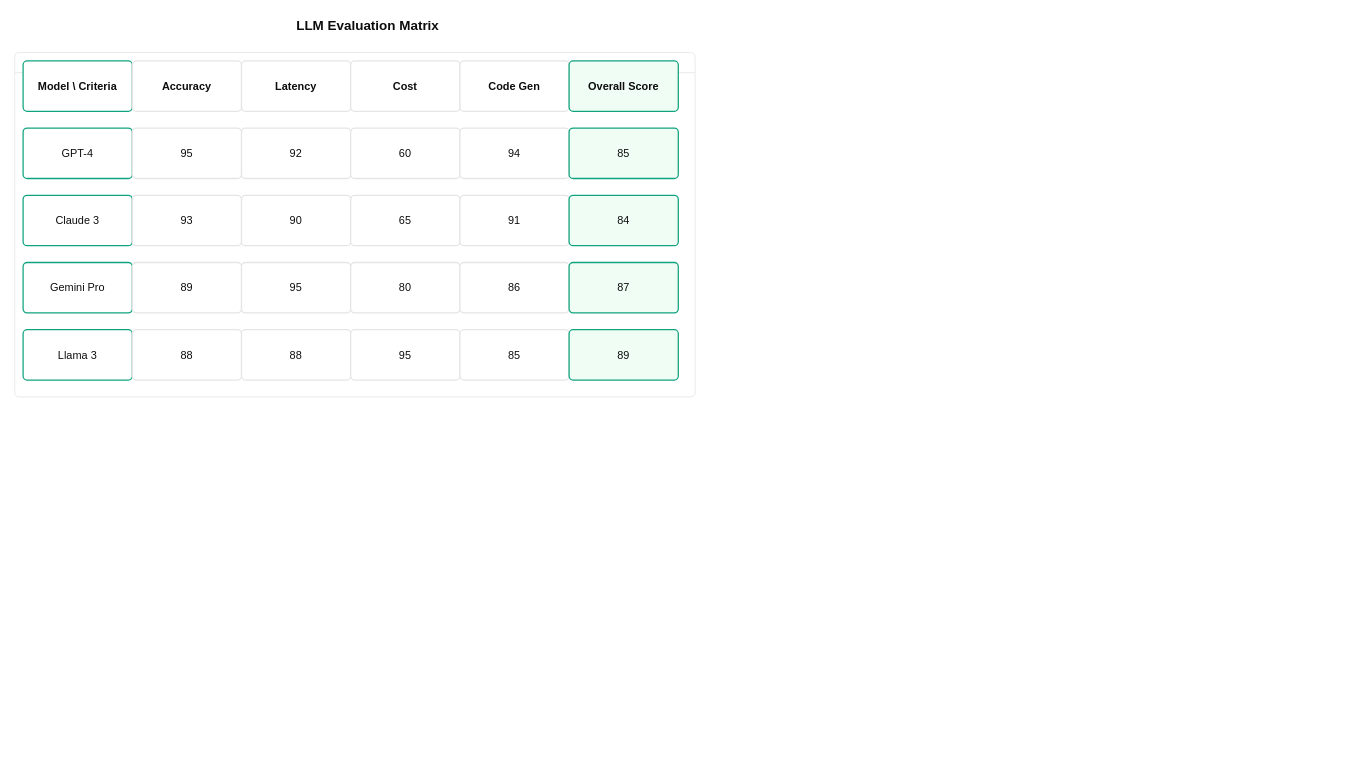
This is examples/openai-llm-matrix.drawio from Ikaros12643/drawio-enhanced, a draw.io file, before an edit. Source tidied: cells renumbered, new cells numbered last; positions are measured from the earlier drawing's top-left corner, leaving out a move shared by most shapes. Both pictures are drawn from the tidied source at 84%, with x=0, y=0 at pixel (14, 14).
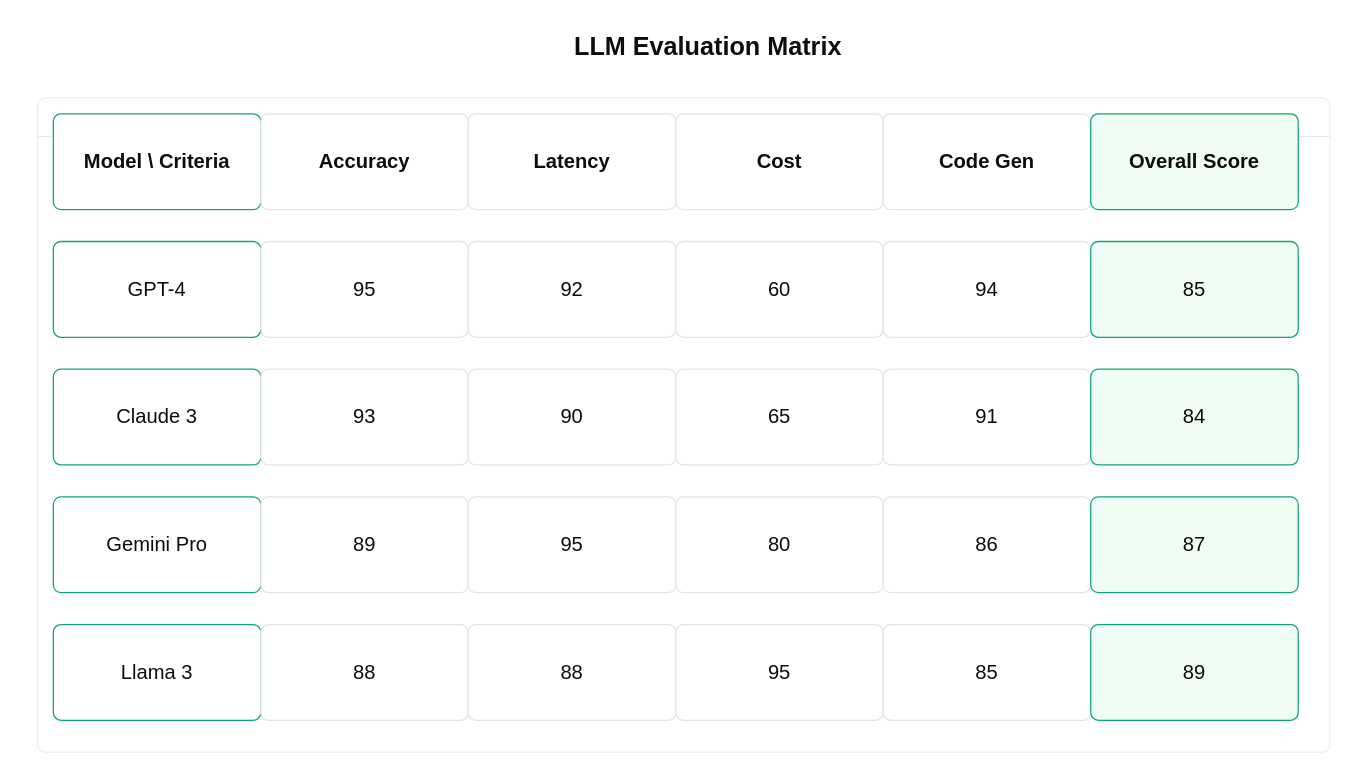
The same diagram, later.

Diff of the diagram source:
```diff
@@
-    <mxCell id="2" value="&lt;b&gt;LLM Evaluation Matrix&lt;/b&gt;" style="text;html=1;strokeColor=none;fillColor=none;align=center;verticalAlign=middle;fontSize=16;fontColor=#0d0d0d;fontStyle=1;" parent="1" vertex="1">
-      <mxGeometry x="270" width="300" height="25" as="geometry" />
+    <mxCell id="2" value="&lt;b&gt;LLM Evaluation Matrix&lt;/b&gt;" style="text;html=1;strokeColor=none;fillColor=none;align=center;verticalAlign=middle;fontSize=30;fontColor=#0d0d0d;fontStyle=1;" parent="1" vertex="1">
+      <mxGeometry x="540" y="13.5" width="570" height="47.5" as="geometry" />
     </mxCell>
-    <mxCell id="3" style="swimlane;startSize=24;rounded=1;arcSize=8;strokeWidth=1;strokeDashPattern=4 3;html=1;fillColor=#ffffff;strokeColor=#e5e5e5;" parent="1" vertex="1">
-      <mxGeometry y="45" width="810" height="410" as="geometry" />
+    <mxCell id="3" style="fontSize=30;swimlane;startSize=46;rounded=1;arcSize=8;strokeWidth=1;strokeDashPattern=4 3;html=1;fillColor=#ffffff;strokeColor=#e5e5e5;" parent="1" vertex="1">
+      <mxGeometry x="27" y="99" width="1539" height="779" as="geometry" />
     </mxCell>
-    <mxCell id="4" value="&lt;b&gt;Model \ Criteria&lt;/b&gt;" style="rounded=1;whiteSpace=wrap;html=1;arcSize=8;strokeWidth=1.5;fontSize=13;fontColor=#0d0d0d;fillColor=#ffffff;strokeColor=#10a37f;" parent="1" vertex="1">
-      <mxGeometry x="10" y="55" width="130" height="60" as="geometry" />
+    <mxCell id="4" value="&lt;b&gt;Model \ Criteria&lt;/b&gt;" style="rounded=1;whiteSpace=wrap;html=1;arcSize=8;strokeWidth=1.5;fontSize=24;fontColor=#0d0d0d;fillColor=#ffffff;strokeColor=#10a37f;" parent="1" vertex="1">
+      <mxGeometry x="46" y="118" width="247" height="114" as="geometry" />
     </mxCell>
-    <mxCell id="5" value="&lt;b&gt;Accuracy&lt;/b&gt;" style="rounded=1;whiteSpace=wrap;html=1;arcSize=8;strokeWidth=1.5;fontSize=13;fontColor=#0d0d0d;fillColor=#ffffff;strokeColor=#e5e5e5;" parent="1" vertex="1">
-      <mxGeometry x="140" y="55" width="130" height="60" as="geometry" />
+    <mxCell id="5" value="&lt;b&gt;Accuracy&lt;/b&gt;" style="rounded=1;whiteSpace=wrap;html=1;arcSize=8;strokeWidth=1.5;fontSize=24;fontColor=#0d0d0d;fillColor=#ffffff;strokeColor=#e5e5e5;" parent="1" vertex="1">
+      <mxGeometry x="293" y="118" width="247" height="114" as="geometry" />
     </mxCell>
-    <mxCell id="6" value="&lt;b&gt;Latency&lt;/b&gt;" style="rounded=1;whiteSpace=wrap;html=1;arcSize=8;strokeWidth=1.5;fontSize=13;fontColor=#0d0d0d;fillColor=#ffffff;strokeColor=#e5e5e5;" parent="1" vertex="1">
-      <mxGeometry x="270" y="55" width="130" height="60" as="geometry" />
+    <mxCell id="6" value="&lt;b&gt;Latency&lt;/b&gt;" style="rounded=1;whiteSpace=wrap;html=1;arcSize=8;strokeWidth=1.5;fontSize=24;fontColor=#0d0d0d;fillColor=#ffffff;strokeColor=#e5e5e5;" parent="1" vertex="1">
+      <mxGeometry x="540" y="118" width="247" height="114" as="geometry" />
     </mxCell>
-    <mxCell id="7" value="&lt;b&gt;Cost&lt;/b&gt;" style="rounded=1;whiteSpace=wrap;html=1;arcSize=8;strokeWidth=1.5;fontSize=13;fontColor=#0d0d0d;fillColor=#ffffff;strokeColor=#e5e5e5;" parent="1" vertex="1">
-      <mxGeometry x="400" y="55" width="130" height="60" as="geometry" />
+    <mxCell id="7" value="&lt;b&gt;Cost&lt;/b&gt;" style="rounded=1;whiteSpace=wrap;html=1;arcSize=8;strokeWidth=1.5;fontSize=24;fontColor=#0d0d0d;fillColor=#ffffff;strokeColor=#e5e5e5;" parent="1" vertex="1">
+      <mxGeometry x="787" y="118" width="247" height="114" as="geometry" />
     </mxCell>
-    <mxCell id="8" value="&lt;b&gt;Code Gen&lt;/b&gt;" style="rounded=1;whiteSpace=wrap;html=1;arcSize=8;strokeWidth=1.5;fontSize=13;fontColor=#0d0d0d;fillColor=#ffffff;strokeColor=#e5e5e5;" parent="1" vertex="1">
-      <mxGeometry x="530" y="55" width="130" height="60" as="geometry" />
+    <mxCell id="8" value="&lt;b&gt;Code Gen&lt;/b&gt;" style="rounded=1;whiteSpace=wrap;html=1;arcSize=8;strokeWidth=1.5;fontSize=24;fontColor=#0d0d0d;fillColor=#ffffff;strokeColor=#e5e5e5;" parent="1" vertex="1">
+      <mxGeometry x="1034" y="118" width="247" height="114" as="geometry" />
     </mxCell>
-    <mxCell id="9" value="&lt;b&gt;Overall Score&lt;/b&gt;" style="rounded=1;whiteSpace=wrap;html=1;arcSize=8;strokeWidth=1.5;fontSize=13;fontColor=#0d0d0d;fillColor=#f0fdf4;strokeColor=#10a37f;" parent="1" vertex="1">
-      <mxGeometry x="660" y="55" width="130" height="60" as="geometry" />
+    <mxCell id="9" value="&lt;b&gt;Overall Score&lt;/b&gt;" style="rounded=1;whiteSpace=wrap;html=1;arcSize=8;strokeWidth=1.5;fontSize=24;fontColor=#0d0d0d;fillColor=#f0fdf4;strokeColor=#10a37f;" parent="1" vertex="1">
+      <mxGeometry x="1281" y="118" width="247" height="114" as="geometry" />
     </mxCell>
-    <mxCell id="10" value="GPT-4" style="rounded=1;whiteSpace=wrap;html=1;arcSize=8;strokeWidth=1.5;fontSize=13;fontColor=#0d0d0d;fillColor=#ffffff;strokeColor=#10a37f;" parent="1" vertex="1">
-      <mxGeometry x="10" y="135" width="130" height="60" as="geometry" />
+    <mxCell id="10" value="GPT-4" style="rounded=1;whiteSpace=wrap;html=1;arcSize=8;strokeWidth=1.5;fontSize=24;fontColor=#0d0d0d;fillColor=#ffffff;strokeColor=#10a37f;" parent="1" vertex="1">
+      <mxGeometry x="46" y="270" width="247" height="114" as="geometry" />
     </mxCell>
-    <mxCell id="11" value="95" style="rounded=1;whiteSpace=wrap;html=1;arcSize=8;strokeWidth=1.5;fontSize=13;fontColor=#0d0d0d;fillColor=#ffffff;strokeColor=#e5e5e5;" parent="1" vertex="1">
-      <mxGeometry x="140" y="135" width="130" height="60" as="geometry" />
+    <mxCell id="11" value="95" style="rounded=1;whiteSpace=wrap;html=1;arcSize=8;strokeWidth=1.5;fontSize=24;fontColor=#0d0d0d;fillColor=#ffffff;strokeColor=#e5e5e5;" parent="1" vertex="1">
+      <mxGeometry x="293" y="270" width="247" height="114" as="geometry" />
     </mxCell>
-    <mxCell id="12" value="92" style="rounded=1;whiteSpace=wrap;html=1;arcSize=8;strokeWidth=1.5;fontSize=13;fontColor=#0d0d0d;fillColor=#ffffff;strokeColor=#e5e5e5;" parent="1" vertex="1">
-      <mxGeometry x="270" y="135" width="130" height="60" as="geometry" />
+    <mxCell id="12" value="92" style="rounded=1;whiteSpace=wrap;html=1;arcSize=8;strokeWidth=1.5;fontSize=24;fontColor=#0d0d0d;fillColor=#ffffff;strokeColor=#e5e5e5;" parent="1" vertex="1">
+      <mxGeometry x="540" y="270" width="247" height="114" as="geometry" />
     </mxCell>
-    <mxCell id="13" value="60" style="rounded=1;whiteSpace=wrap;html=1;arcSize=8;strokeWidth=1.5;fontSize=13;fontColor=#0d0d0d;fillColor=#ffffff;strokeColor=#e5e5e5;" parent="1" vertex="1">
-      <mxGeometry x="400" y="135" width="130" height="60" as="geometry" />
+    <mxCell id="13" value="60" style="rounded=1;whiteSpace=wrap;html=1;arcSize=8;strokeWidth=1.5;fontSize=24;fontColor=#0d0d0d;fillColor=#ffffff;strokeColor=#e5e5e5;" parent="1" vertex="1">
+      <mxGeometry x="787" y="270" width="247" height="114" as="geometry" />
     </mxCell>
-    <mxCell id="14" value="94" style="rounded=1;whiteSpace=wrap;html=1;arcSize=8;strokeWidth=1.5;fontSize=13;fontColor=#0d0d0d;fillColor=#ffffff;strokeColor=#e5e5e5;" parent="1" vertex="1">
-      <mxGeometry x="530" y="135" width="130" height="60" as="geometry" />
+    <mxCell id="14" value="94" style="rounded=1;whiteSpace=wrap;html=1;arcSize=8;strokeWidth=1.5;fontSize=24;fontColor=#0d0d0d;fillColor=#ffffff;strokeColor=#e5e5e5;" parent="1" vertex="1">
+      <mxGeometry x="1034" y="270" width="247" height="114" as="geometry" />
     </mxCell>
-    <mxCell id="15" value="85" style="rounded=1;whiteSpace=wrap;html=1;arcSize=8;strokeWidth=1.5;fontSize=13;fontColor=#0d0d0d;fillColor=#f0fdf4;strokeColor=#10a37f;" parent="1" vertex="1">
-      <mxGeometry x="660" y="135" width="130" height="60" as="geometry" />
+    <mxCell id="15" value="85" style="rounded=1;whiteSpace=wrap;html=1;arcSize=8;strokeWidth=1.5;fontSize=24;fontColor=#0d0d0d;fillColor=#f0fdf4;strokeColor=#10a37f;" parent="1" vertex="1">
+      <mxGeometry x="1281" y="270" width="247" height="114" as="geometry" />
     </mxCell>
-    <mxCell id="16" value="Claude 3" style="rounded=1;whiteSpace=wrap;html=1;arcSize=8;strokeWidth=1.5;fontSize=13;fontColor=#0d0d0d;fillColor=#ffffff;strokeColor=#10a37f;" parent="1" vertex="1">
-      <mxGeometry x="10" y="215" width="130" height="60" as="geometry" />
+    <mxCell id="16" value="Claude 3" style="rounded=1;whiteSpace=wrap;html=1;arcSize=8;strokeWidth=1.5;fontSize=24;fontColor=#0d0d0d;fillColor=#ffffff;strokeColor=#10a37f;" parent="1" vertex="1">
+      <mxGeometry x="46" y="422" width="247" height="114" as="geometry" />
     </mxCell>
-    <mxCell id="17" value="93" style="rounded=1;whiteSpace=wrap;html=1;arcSize=8;strokeWidth=1.5;fontSize=13;fontColor=#0d0d0d;fillColor=#ffffff;strokeColor=#e5e5e5;" parent="1" vertex="1">
-      <mxGeometry x="140" y="215" width="130" height="60" as="geometry" />
+    <mxCell id="17" value="93" style="rounded=1;whiteSpace=wrap;html=1;arcSize=8;strokeWidth=1.5;fontSize=24;fontColor=#0d0d0d;fillColor=#ffffff;strokeColor=#e5e5e5;" parent="1" vertex="1">
+      <mxGeometry x="293" y="422" width="247" height="114" as="geometry" />
     </mxCell>
-    <mxCell id="18" value="90" style="rounded=1;whiteSpace=wrap;html=1;arcSize=8;strokeWidth=1.5;fontSize=13;fontColor=#0d0d0d;fillColor=#ffffff;strokeColor=#e5e5e5;" parent="1" vertex="1">
-      <mxGeometry x="270" y="215" width="130" height="60" as="geometry" />
+    <mxCell id="18" value="90" style="rounded=1;whiteSpace=wrap;html=1;arcSize=8;strokeWidth=1.5;fontSize=24;fontColor=#0d0d0d;fillColor=#ffffff;strokeColor=#e5e5e5;" parent="1" vertex="1">
+      <mxGeometry x="540" y="422" width="247" height="114" as="geometry" />
     </mxCell>
-    <mxCell id="19" value="65" style="rounded=1;whiteSpace=wrap;html=1;arcSize=8;strokeWidth=1.5;fontSize=13;fontColor=#0d0d0d;fillColor=#ffffff;strokeColor=#e5e5e5;" parent="1" vertex="1">
-      <mxGeometry x="400" y="215" width="130" height="60" as="geometry" />
+    <mxCell id="19" value="65" style="rounded=1;whiteSpace=wrap;html=1;arcSize=8;strokeWidth=1.5;fontSize=24;fontColor=#0d0d0d;fillColor=#ffffff;strokeColor=#e5e5e5;" parent="1" vertex="1">
+      <mxGeometry x="787" y="422" width="247" height="114" as="geometry" />
     </mxCell>
-    <mxCell id="20" value="91" style="rounded=1;whiteSpace=wrap;html=1;arcSize=8;strokeWidth=1.5;fontSize=13;fontColor=#0d0d0d;fillColor=#ffffff;strokeColor=#e5e5e5;" parent="1" vertex="1">
-      <mxGeometry x="530" y="215" width="130" height="60" as="geometry" />
+    <mxCell id="20" value="91" style="rounded=1;whiteSpace=wrap;html=1;arcSize=8;strokeWidth=1.5;fontSize=24;fontColor=#0d0d0d;fillColor=#ffffff;strokeColor=#e5e5e5;" parent="1" vertex="1">
+      <mxGeometry x="1034" y="422" width="247" height="114" as="geometry" />
     </mxCell>
-    <mxCell id="21" value="84" style="rounded=1;whiteSpace=wrap;html=1;arcSize=8;strokeWidth=1.5;fontSize=13;fontColor=#0d0d0d;fillColor=#f0fdf4;strokeColor=#10a37f;" parent="1" vertex="1">
-      <mxGeometry x="660" y="215" width="130" height="60" as="geometry" />
+    <mxCell id="21" value="84" style="rounded=1;whiteSpace=wrap;html=1;arcSize=8;strokeWidth=1.5;fontSize=24;fontColor=#0d0d0d;fillColor=#f0fdf4;strokeColor=#10a37f;" parent="1" vertex="1">
+      <mxGeometry x="1281" y="422" width="247" height="114" as="geometry" />
     </mxCell>
-    <mxCell id="22" value="Gemini Pro" style="rounded=1;whiteSpace=wrap;html=1;arcSize=8;strokeWidth=1.5;fontSize=13;fontColor=#0d0d0d;fillColor=#ffffff;strokeColor=#10a37f;" parent="1" vertex="1">
-      <mxGeometry x="10" y="295" width="130" height="60" as="geometry" />
+    <mxCell id="22" value="Gemini Pro" style="rounded=1;whiteSpace=wrap;html=1;arcSize=8;strokeWidth=1.5;fontSize=24;fontColor=#0d0d0d;fillColor=#ffffff;strokeColor=#10a37f;" parent="1" vertex="1">
+      <mxGeometry x="46" y="574" width="247" height="114" as="geometry" />
     </mxCell>
-    <mxCell id="23" value="89" style="rounded=1;whiteSpace=wrap;html=1;arcSize=8;strokeWidth=1.5;fontSize=13;fontColor=#0d0d0d;fillColor=#ffffff;strokeColor=#e5e5e5;" parent="1" vertex="1">
-      <mxGeometry x="140" y="295" width="130" height="60" as="geometry" />
+    <mxCell id="23" value="89" style="rounded=1;whiteSpace=wrap;html=1;arcSize=8;strokeWidth=1.5;fontSize=24;fontColor=#0d0d0d;fillColor=#ffffff;strokeColor=#e5e5e5;" parent="1" vertex="1">
+      <mxGeometry x="293" y="574" width="247" height="114" as="geometry" />
     </mxCell>
-    <mxCell id="24" value="95" style="rounded=1;whiteSpace=wrap;html=1;arcSize=8;strokeWidth=1.5;fontSize=13;fontColor=#0d0d0d;fillColor=#ffffff;strokeColor=#e5e5e5;" parent="1" vertex="1">
-      <mxGeometry x="270" y="295" width="130" height="60" as="geometry" />
+    <mxCell id="24" value="95" style="rounded=1;whiteSpace=wrap;html=1;arcSize=8;strokeWidth=1.5;fontSize=24;fontColor=#0d0d0d;fillColor=#ffffff;strokeColor=#e5e5e5;" parent="1" vertex="1">
+      <mxGeometry x="540" y="574" width="247" height="114" as="geometry" />
     </mxCell>
-    <mxCell id="25" value="80" style="rounded=1;whiteSpace=wrap;html=1;arcSize=8;strokeWidth=1.5;fontSize=13;fontColor=#0d0d0d;fillColor=#ffffff;strokeColor=#e5e5e5;" parent="1" vertex="1">
-      <mxGeometry x="400" y="295" width="130" height="60" as="geometry" />
+    <mxCell id="25" value="80" style="rounded=1;whiteSpace=wrap;html=1;arcSize=8;strokeWidth=1.5;fontSize=24;fontColor=#0d0d0d;fillColor=#ffffff;strokeColor=#e5e5e5;" parent="1" vertex="1">
+      <mxGeometry x="787" y="574" width="247" height="114" as="geometry" />
     </mxCell>
-    <mxCell id="26" value="86" style="rounded=1;whiteSpace=wrap;html=1;arcSize=8;strokeWidth=1.5;fontSize=13;fontColor=#0d0d0d;fillColor=#ffffff;strokeColor=#e5e5e5;" parent="1" vertex="1">
-      <mxGeometry x="530" y="295" width="130" height="60" as="geometry" />
+    <mxCell id="26" value="86" style="rounded=1;whiteSpace=wrap;html=1;arcSize=8;strokeWidth=1.5;fontSize=24;fontColor=#0d0d0d;fillColor=#ffffff;strokeColor=#e5e5e5;" parent="1" vertex="1">
+      <mxGeometry x="1034" y="574" width="247" height="114" as="geometry" />
     </mxCell>
-    <mxCell id="27" value="87" style="rounded=1;whiteSpace=wrap;html=1;arcSize=8;strokeWidth=1.5;fontSize=13;fontColor=#0d0d0d;fillColor=#f0fdf4;strokeColor=#10a37f;" parent="1" vertex="1">
-      <mxGeometry x="660" y="295" width="130" height="60" as="geometry" />
+    <mxCell id="27" value="87" style="rounded=1;whiteSpace=wrap;html=1;arcSize=8;strokeWidth=1.5;fontSize=24;fontColor=#0d0d0d;fillColor=#f0fdf4;strokeColor=#10a37f;" parent="1" vertex="1">
+      <mxGeometry x="1281" y="574" width="247" height="114" as="geometry" />
     </mxCell>
-    <mxCell id="28" value="Llama 3" style="rounded=1;whiteSpace=wrap;html=1;arcSize=8;strokeWidth=1.5;fontSize=13;fontColor=#0d0d0d;fillColor=#ffffff;strokeColor=#10a37f;" parent="1" vertex="1">
-      <mxGeometry x="10" y="375" width="130" height="60" as="geometry" />
+    <mxCell id="28" value="Llama 3" style="rounded=1;whiteSpace=wrap;html=1;arcSize=8;strokeWidth=1.5;fontSize=24;fontColor=#0d0d0d;fillColor=#ffffff;strokeColor=#10a37f;" parent="1" vertex="1">
+      <mxGeometry x="46" y="726" width="247" height="114" as="geometry" />
     </mxCell>
-    <mxCell id="29" value="88" style="rounded=1;whiteSpace=wrap;html=1;arcSize=8;strokeWidth=1.5;fontSize=13;fontColor=#0d0d0d;fillColor=#ffffff;strokeColor=#e5e5e5;" parent="1" vertex="1">
-      <mxGeometry x="140" y="375" width="130" height="60" as="geometry" />
+    <mxCell id="29" value="88" style="rounded=1;whiteSpace=wrap;html=1;arcSize=8;strokeWidth=1.5;fontSize=24;fontColor=#0d0d0d;fillColor=#ffffff;strokeColor=#e5e5e5;" parent="1" vertex="1">
+      <mxGeometry x="293" y="726" width="247" height="114" as="geometry" />
     </mxCell>
-    <mxCell id="30" value="88" style="rounded=1;whiteSpace=wrap;html=1;arcSize=8;strokeWidth=1.5;fontSize=13;fontColor=#0d0d0d;fillColor=#ffffff;strokeColor=#e5e5e5;" parent="1" vertex="1">
-      <mxGeometry x="270" y="375" width="130" height="60" as="geometry" />
+    <mxCell id="30" value="88" style="rounded=1;whiteSpace=wrap;html=1;arcSize=8;strokeWidth=1.5;fontSize=24;fontColor=#0d0d0d;fillColor=#ffffff;strokeColor=#e5e5e5;" parent="1" vertex="1">
+      <mxGeometry x="540" y="726" width="247" height="114" as="geometry" />
     </mxCell>
-    <mxCell id="31" value="95" style="rounded=1;whiteSpace=wrap;html=1;arcSize=8;strokeWidth=1.5;fontSize=13;fontColor=#0d0d0d;fillColor=#ffffff;strokeColor=#e5e5e5;" parent="1" vertex="1">
-      <mxGeometry x="400" y="375" width="130" height="60" as="geometry" />
+    <mxCell id="31" value="95" style="rounded=1;whiteSpace=wrap;html=1;arcSize=8;strokeWidth=1.5;fontSize=24;fontColor=#0d0d0d;fillColor=#ffffff;strokeColor=#e5e5e5;" parent="1" vertex="1">
+      <mxGeometry x="787" y="726" width="247" height="114" as="geometry" />
     </mxCell>
-    <mxCell id="32" value="85" style="rounded=1;whiteSpace=wrap;html=1;arcSize=8;strokeWidth=1.5;fontSize=13;fontColor=#0d0d0d;fillColor=#ffffff;strokeColor=#e5e5e5;" parent="1" vertex="1">
-      <mxGeometry x="530" y="375" width="130" height="60" as="geometry" />
+    <mxCell id="32" value="85" style="rounded=1;whiteSpace=wrap;html=1;arcSize=8;strokeWidth=1.5;fontSize=24;fontColor=#0d0d0d;fillColor=#ffffff;strokeColor=#e5e5e5;" parent="1" vertex="1">
+      <mxGeometry x="1034" y="726" width="247" height="114" as="geometry" />
     </mxCell>
-    <mxCell id="33" value="89" style="rounded=1;whiteSpace=wrap;html=1;arcSize=8;strokeWidth=1.5;fontSize=13;fontColor=#0d0d0d;fillColor=#f0fdf4;strokeColor=#10a37f;" parent="1" vertex="1">
-      <mxGeometry x="660" y="375" width="130" height="60" as="geometry" />
+    <mxCell id="33" value="89" style="rounded=1;whiteSpace=wrap;html=1;arcSize=8;strokeWidth=1.5;fontSize=24;fontColor=#0d0d0d;fillColor=#f0fdf4;strokeColor=#10a37f;" parent="1" vertex="1">
+      <mxGeometry x="1281" y="726" width="247" height="114" as="geometry" />
     </mxCell>
```
